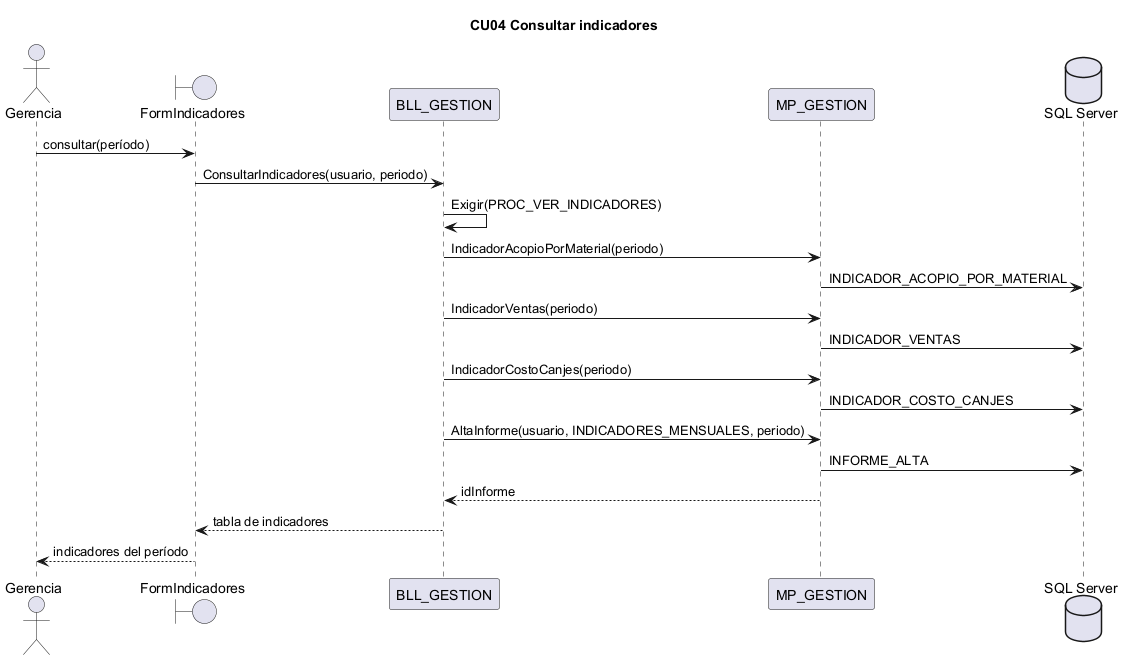
This is docs/diagramas/secuencias_png/CU04.png from L-Muniz/uai-diploma_2026, a PlantUML export, as it was before one commit.
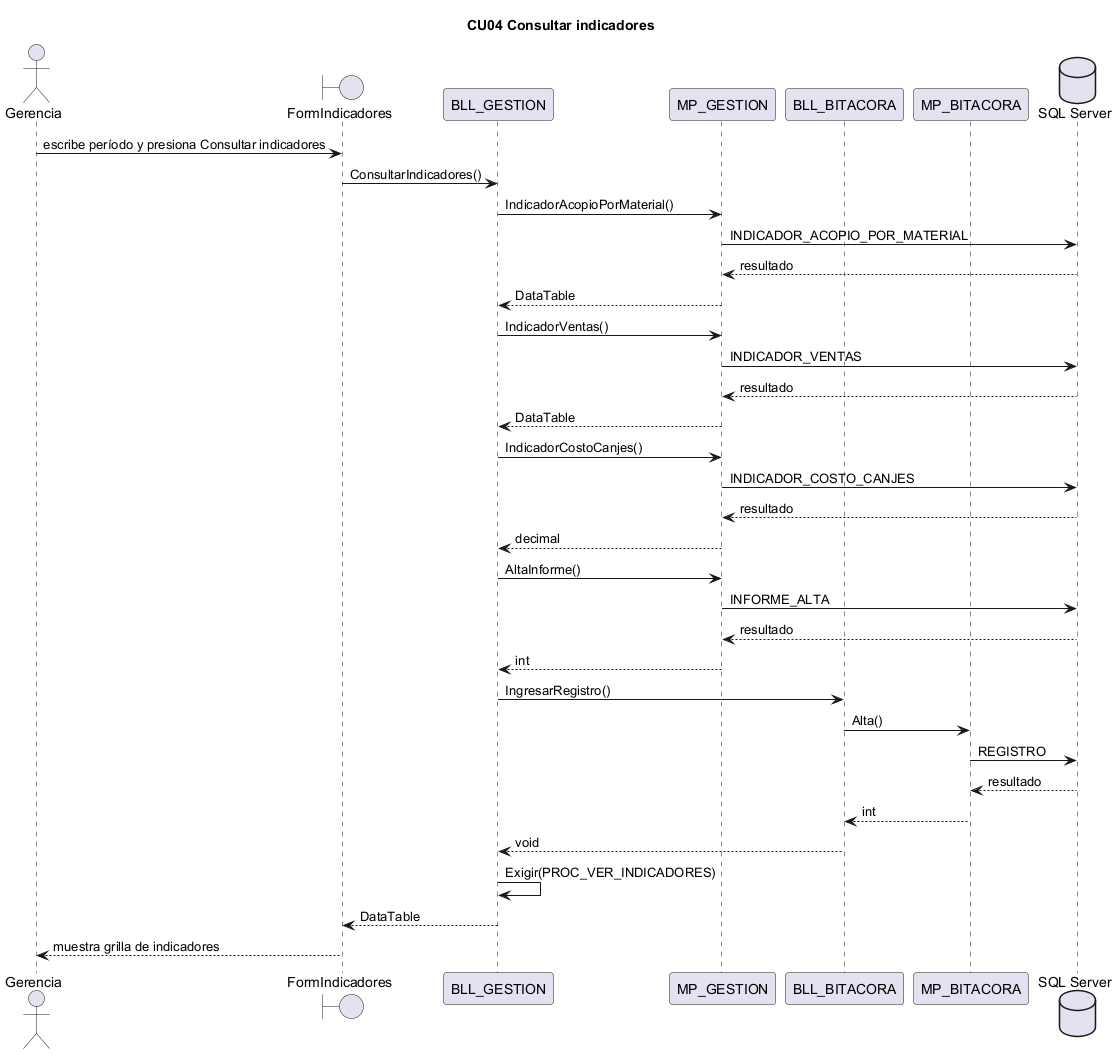
Above is the later version.

What changed in the source:
```diff
@@ -1,22 +1,37 @@
 @startuml CU04
 title CU04 Consultar indicadores
-actor Gerencia
-boundary "FormIndicadores" as IU
-participant "BLL_GESTION" as BLL
-participant "MP_GESTION" as DAL
+actor "Gerencia" as ACT
+boundary FormIndicadores
+participant BLL_GESTION
+participant MP_GESTION
+participant BLL_BITACORA
+participant MP_BITACORA
 database "SQL Server" as BD
-Gerencia -> IU : consultar(período)
-IU -> BLL : ConsultarIndicadores(usuario, periodo)
-BLL -> BLL : Exigir(PROC_VER_INDICADORES)
-BLL -> DAL : IndicadorAcopioPorMaterial(periodo)
-DAL -> BD : INDICADOR_ACOPIO_POR_MATERIAL
-BLL -> DAL : IndicadorVentas(periodo)
-DAL -> BD : INDICADOR_VENTAS
-BLL -> DAL : IndicadorCostoCanjes(periodo)
-DAL -> BD : INDICADOR_COSTO_CANJES
-BLL -> DAL : AltaInforme(usuario, INDICADORES_MENSUALES, periodo)
-DAL -> BD : INFORME_ALTA
-DAL --> BLL : idInforme
-BLL --> IU : tabla de indicadores
-IU --> Gerencia : indicadores del período
+ACT -> FormIndicadores : escribe período y presiona Consultar indicadores
+FormIndicadores -> BLL_GESTION : ConsultarIndicadores()
+BLL_GESTION -> MP_GESTION : IndicadorAcopioPorMaterial()
+MP_GESTION -> BD : INDICADOR_ACOPIO_POR_MATERIAL
+BD --> MP_GESTION : resultado
+MP_GESTION --> BLL_GESTION : DataTable
+BLL_GESTION -> MP_GESTION : IndicadorVentas()
+MP_GESTION -> BD : INDICADOR_VENTAS
+BD --> MP_GESTION : resultado
+MP_GESTION --> BLL_GESTION : DataTable
+BLL_GESTION -> MP_GESTION : IndicadorCostoCanjes()
+MP_GESTION -> BD : INDICADOR_COSTO_CANJES
+BD --> MP_GESTION : resultado
+MP_GESTION --> BLL_GESTION : decimal
+BLL_GESTION -> MP_GESTION : AltaInforme()
+MP_GESTION -> BD : INFORME_ALTA
+BD --> MP_GESTION : resultado
+MP_GESTION --> BLL_GESTION : int
+BLL_GESTION -> BLL_BITACORA : IngresarRegistro()
+BLL_BITACORA -> MP_BITACORA : Alta()
+MP_BITACORA -> BD : REGISTRO
+BD --> MP_BITACORA : resultado
+MP_BITACORA --> BLL_BITACORA : int
+BLL_BITACORA --> BLL_GESTION : void
+BLL_GESTION -> BLL_GESTION : Exigir(PROC_VER_INDICADORES)
+BLL_GESTION --> FormIndicadores : DataTable
+FormIndicadores --> ACT : muestra grilla de indicadores
 @enduml
```
